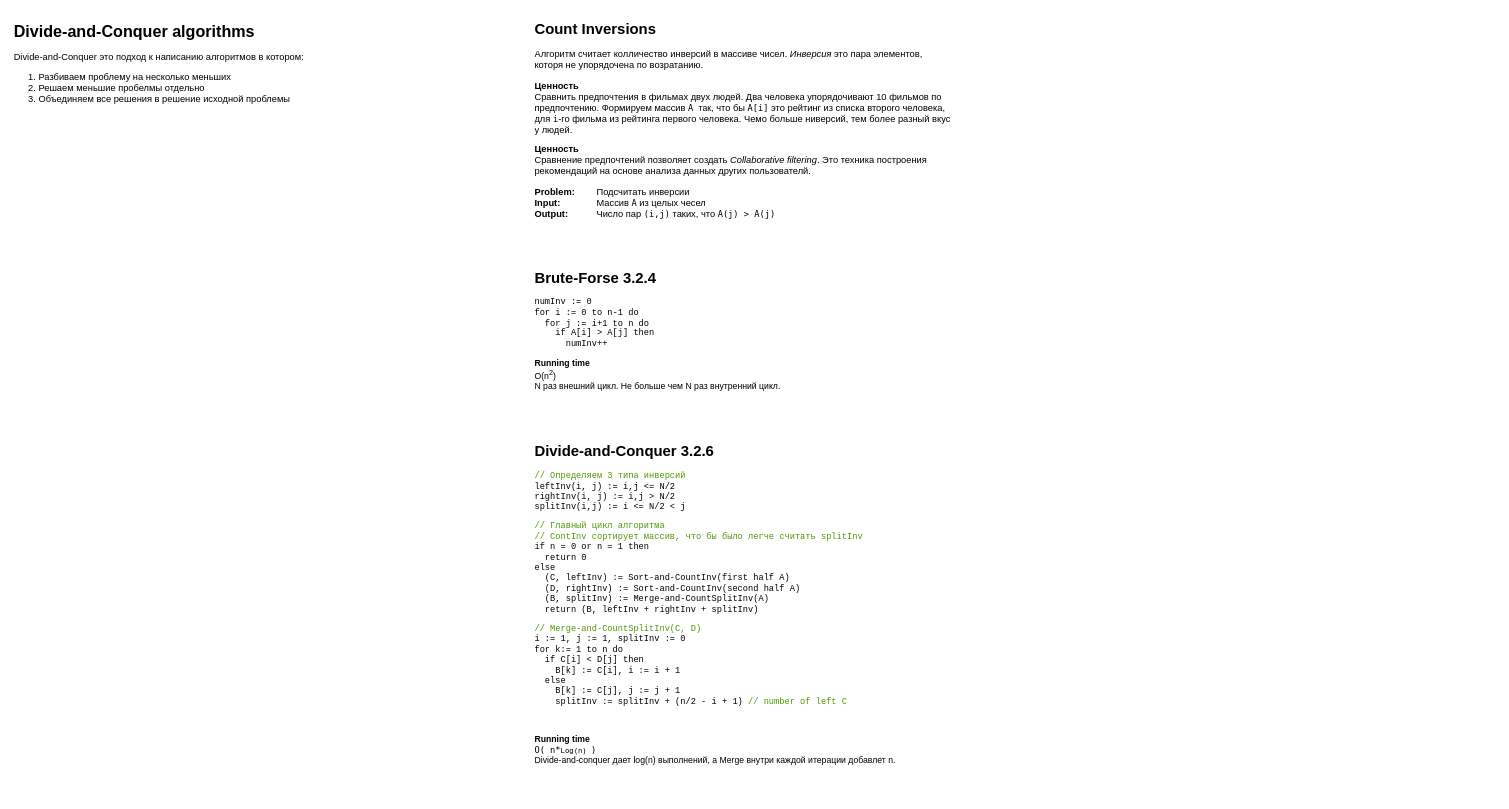
Before: algorithms-illuminated.drawio in mike-galushko/algorithms-illuminated, a draw.io diagram. Source tidied: cells renumbered, new cells numbered last; positions are measured from the earlier drawing's top-left corner, leaving out a move shared by most shapes. Both pictures are drawn from the tidied source at 62%, with x=0, y=0 at pixel (11, 17).
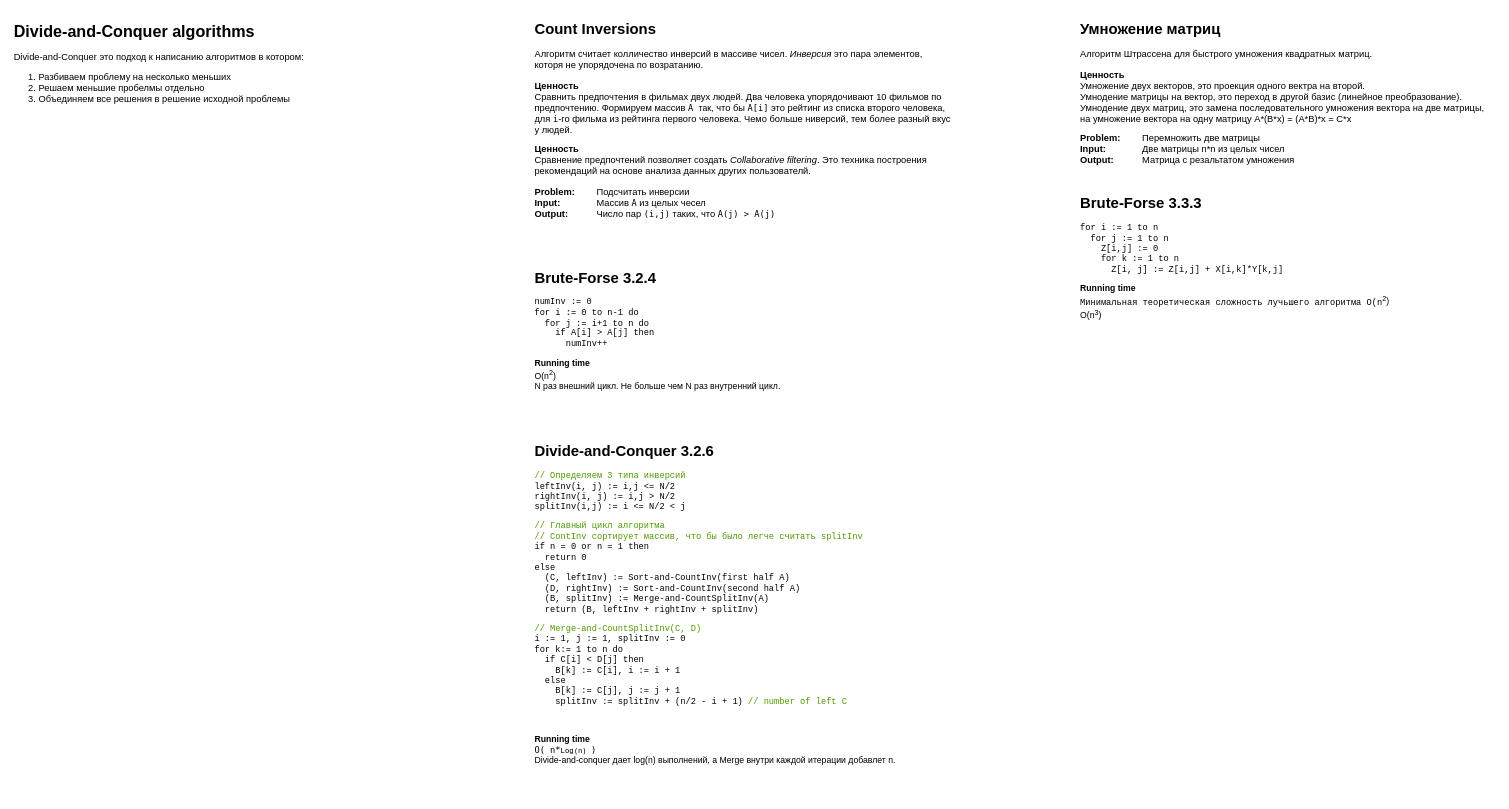
After the change.

Commit message (it also covers changes not shown here):
Matrix multiplication brute force version

Change to the diagram source:
```diff
@@
 <mxGraphModel>
   <root>
     <mxCell id="0" />
     <mxCell id="1" parent="0" />
     <mxCell id="2" value="&lt;h1&gt;&lt;font style=&quot;font-size: 26px;&quot;&gt;Divide-and-Conquer algorithms&lt;/font&gt;&lt;font style=&quot;font-size: 24px;&quot;&gt;&amp;nbsp;&lt;/font&gt;&lt;/h1&gt;&lt;p style=&quot;font-size: 15px;&quot;&gt;&lt;span style=&quot;background-color: initial;&quot;&gt;Divide-and-Conquer это подход к написанию алгоритмов в котором:&lt;/span&gt;&lt;br&gt;&lt;/p&gt;&lt;p style=&quot;font-size: 15px;&quot;&gt;&lt;/p&gt;&lt;ol style=&quot;font-size: 15px;&quot;&gt;&lt;li&gt;&lt;font style=&quot;font-size: 15px;&quot;&gt;Разбиваем проблему на несколько меньших&lt;/font&gt;&lt;/li&gt;&lt;li&gt;&lt;font style=&quot;font-size: 15px;&quot;&gt;Решаем меньшие пробелмы отдельно&lt;/font&gt;&lt;/li&gt;&lt;li&gt;&lt;font style=&quot;font-size: 15px;&quot;&gt;Объединяем все решения в решение исходной проблемы&lt;/font&gt;&lt;/li&gt;&lt;/ol&gt;&lt;div style=&quot;font-size: 15px;&quot;&gt;&lt;span style=&quot;&quot;&gt;&lt;br&gt;&lt;/span&gt;&lt;/div&gt;&lt;p&gt;&lt;/p&gt;" style="text;html=1;strokeColor=none;fillColor=none;spacing=5;spacingTop=-20;whiteSpace=wrap;overflow=hidden;rounded=0;" parent="1" vertex="1">
       <mxGeometry y="2" width="690" height="270" as="geometry" />
     </mxCell>
     <mxCell id="3" value="&lt;h1&gt;Count Inversions&lt;/h1&gt;&lt;p style=&quot;font-size: 15px;&quot;&gt;&lt;span style=&quot;background-color: initial;&quot;&gt;Алгоритм считает колличество инверсий в массиве чисел. &lt;i&gt;Инверсия&lt;/i&gt; это пара элементов, которя не упорядочена по возратанию.&lt;/span&gt;&lt;br&gt;&lt;/p&gt;&lt;p style=&quot;&quot;&gt;&lt;font style=&quot;font-size: 15px;&quot;&gt;&lt;b&gt;Ценность&lt;br&gt;&lt;/b&gt;&lt;/font&gt;&lt;span style=&quot;background-color: initial;&quot;&gt;&lt;span style=&quot;font-size: 15px;&quot;&gt;Сравнить предпочтения в фильмах двух людей. Два человека упорядочивают 10 фильмов по предпочтению. Формируем массив &lt;/span&gt;&lt;font style=&quot;font-size: 14px;&quot; face=&quot;Lucida Console&quot;&gt;A &lt;/font&gt;&lt;font style=&quot;font-size: 14px;&quot;&gt;так&lt;/font&gt;&lt;span style=&quot;font-size: 15px;&quot;&gt;, что бы &lt;/span&gt;&lt;font style=&quot;font-size: 14px;&quot; face=&quot;Lucida Console&quot;&gt;A[i]&lt;/font&gt;&lt;span style=&quot;font-size: 15px;&quot;&gt;&amp;nbsp;это рейтинг из списка второго человека, для &lt;/span&gt;&lt;font style=&quot;font-size: 14px;&quot; face=&quot;Lucida Console&quot;&gt;i&lt;/font&gt;&lt;font style=&quot;font-size: 15px;&quot;&gt;-го&lt;/font&gt;&lt;span style=&quot;font-size: 15px;&quot;&gt; фильма из рейтинга первого человека. Чемо больше ниверсий, тем более разный вкус у людей.&lt;/span&gt;&lt;/span&gt;&lt;/p&gt;&lt;p style=&quot;&quot;&gt;&lt;span style=&quot;background-color: initial;&quot;&gt;&lt;span style=&quot;font-size: 15px;&quot;&gt;&lt;b&gt;Ценность&lt;/b&gt;&lt;br&gt;Сравнение предпочтений позволяет создать &lt;i&gt;Collaborative filtering&lt;/i&gt;. Это техника построения рекомендаций на основе анализа данных других пользователй.&lt;/span&gt;&lt;/span&gt;&lt;/p&gt;&lt;p style=&quot;font-size: 15px;&quot;&gt;&lt;font style=&quot;font-size: 15px;&quot;&gt;&lt;b&gt;Problem: &lt;span style=&quot;white-space: pre;&quot;&gt;&#9;&lt;/span&gt;&lt;/b&gt;Подсчитать инверсии&lt;br&gt;&lt;/font&gt;&lt;b style=&quot;background-color: initial;&quot;&gt;Input:&lt;/b&gt;&lt;span style=&quot;background-color: initial;&quot;&gt; &lt;/span&gt;&lt;span style=&quot;background-color: initial; white-space: pre;&quot;&gt;&#9;&lt;/span&gt;&lt;span style=&quot;background-color: initial; white-space: pre;&quot;&gt;&#9;&lt;/span&gt;&lt;span style=&quot;background-color: initial; font-size: 12px;&quot;&gt;&lt;span style=&quot;font-size: 15px;&quot;&gt;Массив &lt;/span&gt;&lt;font style=&quot;font-size: 14px;&quot; face=&quot;Lucida Console&quot;&gt;A&lt;/font&gt;&lt;span style=&quot;font-size: 15px;&quot;&gt; из целых чесел&lt;br&gt;&lt;/span&gt;&lt;/span&gt;&lt;b style=&quot;background-color: initial;&quot;&gt;Output:&lt;/b&gt;&lt;span style=&quot;background-color: initial; white-space: pre;&quot;&gt;&#9;&lt;/span&gt;&lt;span style=&quot;background-color: initial; white-space: pre;&quot;&gt;&#9;&lt;/span&gt;&lt;span style=&quot;background-color: initial;&quot;&gt;Число пар &lt;/span&gt;&lt;font style=&quot;background-color: initial; font-size: 14px;&quot; face=&quot;Lucida Console&quot;&gt;(i,j)&lt;/font&gt;&lt;span style=&quot;background-color: initial;&quot;&gt; таких, что &lt;/span&gt;&lt;font style=&quot;background-color: initial; font-size: 14px;&quot; face=&quot;Lucida Console&quot;&gt;A(j) &amp;gt; A(j)&lt;/font&gt;&lt;/p&gt;&lt;p&gt;&lt;/p&gt;&lt;p style=&quot;font-size: 15px;&quot;&gt;&lt;br&gt;&lt;/p&gt;&lt;p style=&quot;font-size: 15px;&quot;&gt;&lt;br&gt;&lt;/p&gt;" style="text;html=1;strokeColor=none;fillColor=none;spacing=5;spacingTop=-20;whiteSpace=wrap;overflow=hidden;rounded=0;" parent="1" vertex="1">
       <mxGeometry x="840" width="680" height="361" as="geometry" />
     </mxCell>
     <mxCell id="4" value="&lt;h1&gt;Brute-Forse 3.2.4&lt;/h1&gt;&lt;pre style=&quot;font-size: 14px;&quot;&gt;numInv := 0&lt;br&gt;for i := 0 to n-1 do&lt;br&gt;  for j := i+1 to n do&lt;br&gt;    if A[i] &amp;gt; A[j] then&lt;br&gt;      numInv++&lt;br&gt;&lt;/pre&gt;&lt;p style=&quot;font-size: 14px;&quot;&gt;&lt;b&gt;Running time&lt;br&gt;&lt;/b&gt;&lt;span style=&quot;background-color: initial;&quot;&gt;O(n&lt;/span&gt;&lt;sup style=&quot;background-color: initial; border-color: var(--border-color);&quot;&gt;2&lt;/sup&gt;&lt;span style=&quot;background-color: initial; border-color: var(--border-color);&quot;&gt;)&amp;nbsp;&lt;br&gt;&lt;/span&gt;&lt;span style=&quot;background-color: initial;&quot;&gt;N раз внешний цикл. Не больше чем N раз внутренний цикл.&lt;/span&gt;&lt;/p&gt;&lt;p style=&quot;font-size: 14px;&quot;&gt;&lt;br&gt;&lt;/p&gt;&lt;p style=&quot;font-size: 14px;&quot;&gt;&lt;br&gt;&lt;/p&gt;" style="text;html=1;strokeColor=none;fillColor=none;spacing=5;spacingTop=-20;whiteSpace=wrap;overflow=hidden;rounded=0;" parent="1" vertex="1">
       <mxGeometry x="840" y="401" width="680" height="230" as="geometry" />
     </mxCell>
     <mxCell id="5" value="&lt;h1&gt;Divide-and-Conquer 3.2.6&lt;/h1&gt;&lt;pre style=&quot;font-size: 14px;&quot;&gt;&lt;font color=&quot;#4d9900&quot;&gt;// Определяем 3 типа инверсий&lt;/font&gt;&lt;br&gt;leftInv(i, j) := i,j &amp;lt;= N/2&lt;br&gt;rightInv(i, j) := i,j &amp;gt; N/2&lt;br&gt;splitInv(i,j) := i &amp;lt;= N/2 &amp;lt; j&lt;/pre&gt;&lt;pre style=&quot;font-size: 14px;&quot;&gt;&lt;font color=&quot;#4d9900&quot;&gt;// Главный цикл алгоритма&lt;br&gt;// ContInv сортирует массив, что бы было легче считать splitInv&lt;/font&gt;&lt;br&gt;if n = 0 or n = 1 then&lt;br&gt;  return 0&lt;br&gt;else&lt;br&gt;  (C, leftInv) := Sort-and-CountInv(first half A)&lt;br&gt;  (D, rightInv) := Sort-and-CountInv(second half A)&lt;br&gt;  (B, splitInv) := Merge-and-CountSplitInv(A)&lt;br&gt;  return (B, leftInv + rightInv + splitInv)&lt;/pre&gt;&lt;pre style=&quot;font-size: 14px;&quot;&gt;&lt;font color=&quot;#4d9900&quot;&gt;// Merge-and-CountSplitInv(C, D)&lt;/font&gt;&lt;br&gt;i := 1, j := 1, splitInv := 0&lt;br&gt;for k:= 1 to n do&lt;br&gt;  if C[i] &amp;lt; D[j] then&lt;br&gt;    B[k] := C[i], i := i + 1&lt;br&gt;  else&lt;br&gt;    B[k] := C[j], j := j + 1&lt;br&gt;    splitInv := splitInv + (n/2 - i + 1) &lt;font color=&quot;#4d9900&quot;&gt;// number of left C&lt;/font&gt; &lt;/pre&gt;&lt;pre style=&quot;font-size: 14px;&quot;&gt;&lt;br&gt;&lt;/pre&gt;&lt;p style=&quot;&quot;&gt;&lt;b style=&quot;font-size: 14px;&quot;&gt;Running time&lt;br&gt;&lt;/b&gt;&lt;span style=&quot;background-color: initial;&quot;&gt;&lt;font face=&quot;Lucida Console&quot;&gt;&lt;span style=&quot;font-size: 14px;&quot;&gt;O( n*&lt;/span&gt;&lt;span style=&quot;font-size: 11.6667px;&quot;&gt;Log(n)&amp;nbsp;&lt;/span&gt;&lt;/font&gt;&lt;/span&gt;&lt;span style=&quot;font-size: 14px; background-color: initial; border-color: var(--border-color);&quot;&gt;&lt;font face=&quot;Lucida Console&quot;&gt;)&lt;/font&gt;&lt;br&gt;&lt;/span&gt;&lt;span style=&quot;font-size: 14px; background-color: initial;&quot;&gt;Divide-and-conquer дает log(n) выполнений, а Merge внутри каждой итерации добавлет n.&lt;/span&gt;&lt;/p&gt;&lt;p style=&quot;font-size: 14px;&quot;&gt;&lt;br&gt;&lt;/p&gt;&lt;p style=&quot;font-size: 14px;&quot;&gt;&lt;br&gt;&lt;/p&gt;" style="text;html=1;strokeColor=none;fillColor=none;spacing=5;spacingTop=-20;whiteSpace=wrap;overflow=hidden;rounded=0;" parent="1" vertex="1">
       <mxGeometry x="840" y="681" width="680" height="580" as="geometry" />
     </mxCell>
+    <mxCell id="6" value="&lt;h1&gt;Умножение матриц&lt;/h1&gt;&lt;p style=&quot;font-size: 15px;&quot;&gt;&lt;span style=&quot;background-color: initial;&quot;&gt;Алгоритм Штрассена для быстрого умножения квадратных матриц.&lt;/span&gt;&lt;br&gt;&lt;/p&gt;&lt;p style=&quot;&quot;&gt;&lt;font style=&quot;font-size: 15px;&quot;&gt;&lt;b&gt;Ценность&lt;br&gt;&lt;/b&gt;&lt;/font&gt;&lt;span style=&quot;background-color: initial;&quot;&gt;&lt;span style=&quot;font-size: 15px;&quot;&gt;Умножение двух векторов, это проекция одного вектра на второй.&lt;br&gt;Умнодение матрицы на вектор, это переход в другой базис (линейное преобразование).&lt;br&gt;&lt;/span&gt;&lt;/span&gt;&lt;span style=&quot;font-size: 15px; background-color: initial;&quot;&gt;Умнодение двух матриц, это замена последовательного умножения вектора на две матрицы, на умножение вектора на одну матрицу A*(B*x) = (A*B)*x = C*x&lt;/span&gt;&lt;/p&gt;&lt;p style=&quot;&quot;&gt;&lt;b style=&quot;font-size: 15px; background-color: initial;&quot;&gt;Problem: &lt;span style=&quot;white-space: pre;&quot;&gt;&#9;&lt;/span&gt;&lt;/b&gt;&lt;span style=&quot;font-size: 15px; background-color: initial;&quot;&gt;Перемножить две матрицы&lt;br&gt;&lt;/span&gt;&lt;b style=&quot;font-size: 15px; background-color: initial;&quot;&gt;Input:&lt;/b&gt;&lt;span style=&quot;font-size: 15px; background-color: initial;&quot;&gt; &lt;/span&gt;&lt;span style=&quot;font-size: 15px; background-color: initial; white-space: pre;&quot;&gt;&#9;&lt;span style=&quot;white-space: pre;&quot;&gt;&#9;&lt;/span&gt;&lt;/span&gt;&lt;span style=&quot;background-color: initial;&quot;&gt;&lt;span style=&quot;font-size: 15px;&quot;&gt;Две матрицы n*n из целых чисел&lt;/span&gt;&lt;span style=&quot;font-size: 15px;&quot;&gt;&lt;br&gt;&lt;/span&gt;&lt;/span&gt;&lt;b style=&quot;font-size: 15px; background-color: initial;&quot;&gt;Output:&lt;/b&gt;&lt;span style=&quot;font-size: 15px; background-color: initial; white-space: pre;&quot;&gt;&#9;&lt;/span&gt;&lt;span style=&quot;font-size: 15px; background-color: initial; white-space: pre;&quot;&gt;&#9;&lt;/span&gt;&lt;span style=&quot;font-size: 15px; background-color: initial;&quot;&gt;Матрица с резальтатом умножения&lt;/span&gt;&lt;/p&gt;&lt;p&gt;&lt;/p&gt;&lt;p style=&quot;font-size: 15px;&quot;&gt;&lt;br&gt;&lt;/p&gt;&lt;p style=&quot;font-size: 15px;&quot;&gt;&lt;br&gt;&lt;/p&gt;" style="text;html=1;strokeColor=none;fillColor=none;spacing=5;spacingTop=-20;whiteSpace=wrap;overflow=hidden;rounded=0;" parent="1" vertex="1">
+      <mxGeometry x="1720" width="680" height="361" as="geometry" />
+    </mxCell>
+    <mxCell id="7" value="&lt;h1&gt;Brute-Forse 3.3.3&lt;/h1&gt;&lt;pre style=&quot;font-size: 14px;&quot;&gt;for i := 1 to n&lt;br&gt;  for j := 1 to n&lt;br&gt;    Z[i,j] := 0&lt;br&gt;    for k := 1 to n&lt;br&gt;      Z[i, j] := Z[i,j] + X[i,k]*Y[k,j] &lt;/pre&gt;&lt;pre style=&quot;font-size: 14px;&quot;&gt;&lt;b style=&quot;background-color: initial; font-family: Helvetica; white-space: normal;&quot;&gt;Running time&lt;br&gt;&lt;/b&gt;Минимальная теоретическая сложность лучьшего алгоритма O(n&lt;sup style=&quot;background-color: initial; font-family: Helvetica; white-space: normal; border-color: var(--border-color);&quot;&gt;2&lt;/sup&gt;&lt;span style=&quot;background-color: initial; font-family: Helvetica; white-space: normal; border-color: var(--border-color);&quot;&gt;)&amp;nbsp;&lt;br&gt;O(n&lt;sup&gt;3&lt;/sup&gt;)&lt;/span&gt;&lt;/pre&gt;" style="text;html=1;strokeColor=none;fillColor=none;spacing=5;spacingTop=-20;whiteSpace=wrap;overflow=hidden;rounded=0;" parent="1" vertex="1">
+      <mxGeometry x="1720" y="281" width="680" height="230" as="geometry" />
+    </mxCell>
   </root>
 </mxGraphModel>
```
